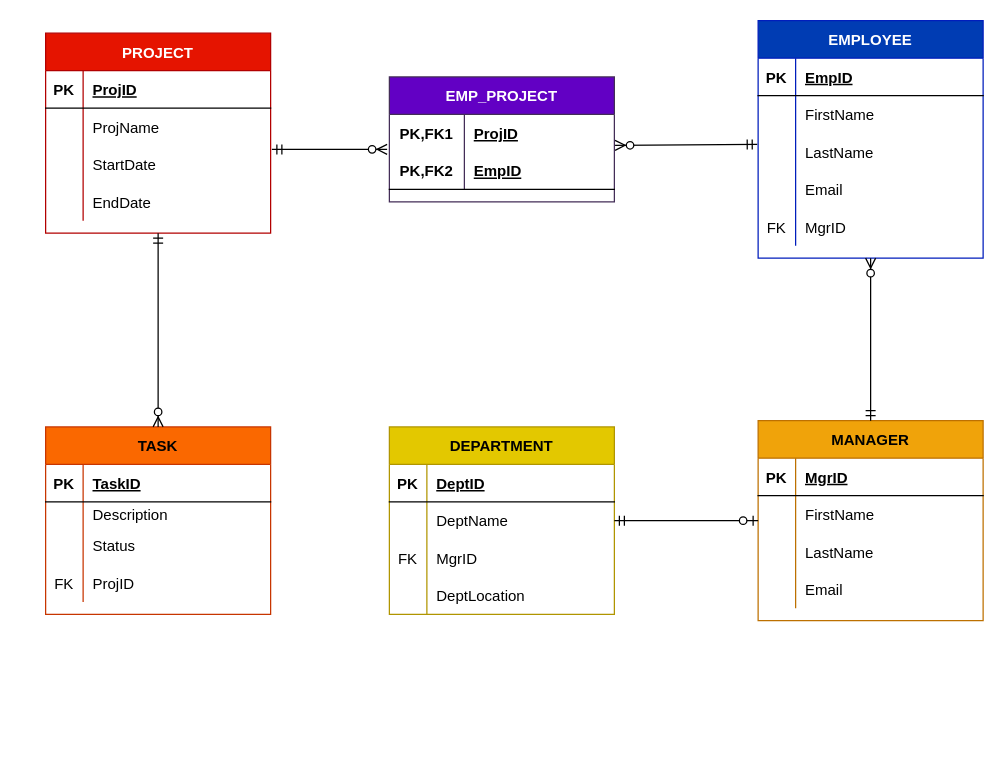
The draw.io diagram Untitled Diagram.drawio in tellomp/DBStructures, before the edit. Source tidied: cells renumbered, new cells numbered last; positions are measured from the earlier drawing's top-left corner, leaving out a move shared by most shapes. Both pictures are drawn from the tidied source at 125%, with x=0, y=0 at pixel (45, 20).
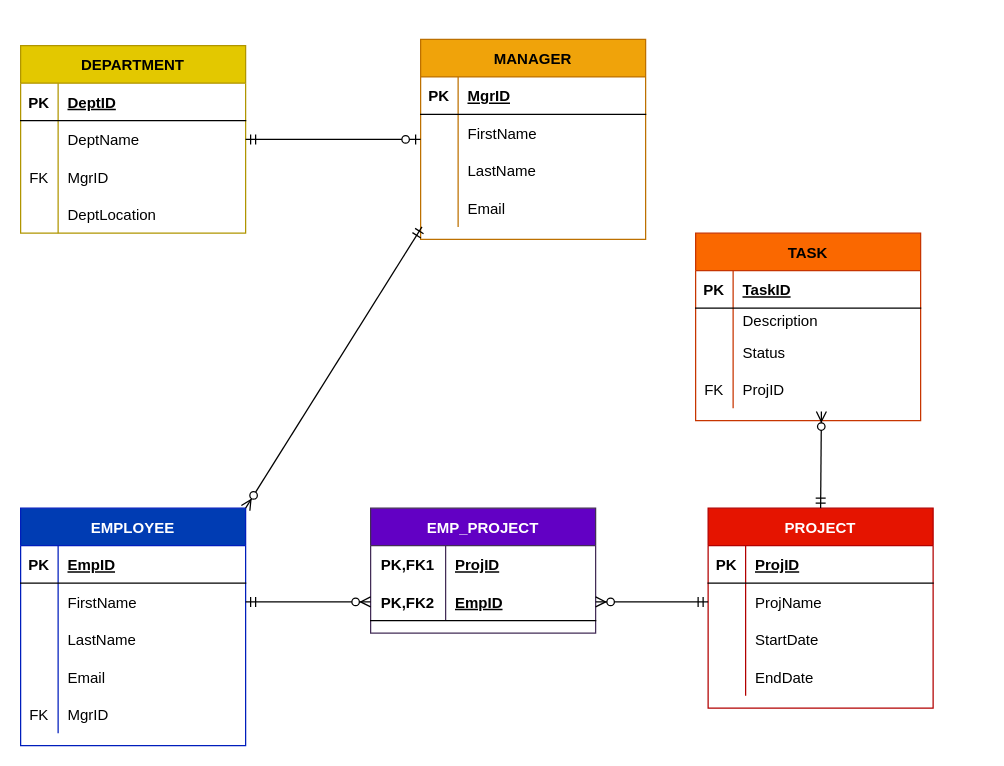
The same diagram, later.

The change refers to these unchanged cells:
```xml
<mxCell id="25" style="shape=partialRectangle;fillColor=none;top=0;left=0;bottom=0;right=0;points=[[0,0.5],[1,0.5]];portConstraint=eastwest;" parent="15" vertex="1">
  <mxGeometry y="120" width="180" height="30" as="geometry" />
</mxCell>
<mxCell id="32" style="shape=partialRectangle;fillColor=none;top=0;left=0;bottom=0;right=0;points=[[0,0.5],[1,0.5]];portConstraint=eastwest;" parent="28" vertex="1">
  <mxGeometry y="60" width="180" height="30" as="geometry" />
</mxCell>
<mxCell id="35" style="shape=partialRectangle;fillColor=none;top=0;left=0;bottom=0;right=0;points=[[0,0.5],[1,0.5]];portConstraint=eastwest;" parent="28" vertex="1">
  <mxGeometry y="90" width="180" height="30" as="geometry" />
</mxCell>
<mxCell id="48" style="shape=partialRectangle;fillColor=none;top=0;left=0;bottom=0;right=0;points=[[0,0.5],[1,0.5]];portConstraint=eastwest;" parent="44" vertex="1">
  <mxGeometry y="60" width="180" height="30" as="geometry" />
</mxCell>
<mxCell id="67" style="shape=partialRectangle;fillColor=none;top=0;left=0;bottom=0;right=0;points=[[0,0.5],[1,0.5]];portConstraint=eastwest;" parent="57" vertex="1">
  <mxGeometry y="110" width="180" height="30" as="geometry" />
</mxCell>
<mxCell id="73" style="shape=partialRectangle;fillColor=none;top=0;left=0;bottom=0;right=0;points=[[0,0.5],[1,0.5]];portConstraint=eastwest;" parent="72" vertex="1">
  <mxGeometry y="30" width="180" height="30" as="geometry" />
</mxCell>
<mxCell id="76" style="shape=partialRectangle;fillColor=none;top=0;left=0;bottom=1;right=0;points=[[0,0.5],[1,0.5]];portConstraint=eastwest;" parent="72" vertex="1">
  <mxGeometry y="60" width="180" height="30" as="geometry" />
</mxCell>
```

Change to the diagram source:
```diff
@@
     <mxCell id="2" value="DEPARTMENT" style="shape=table;startSize=30;childLayout=tableLayout;rowLines=0;fontStyle=1;align=center;fillColor=#e3c800;strokeColor=#B09500;fontColor=#000000;" parent="1" vertex="1">
-      <mxGeometry x="275" y="325" width="180" height="150" as="geometry" />
+      <mxGeometry x="-20" y="20" width="180" height="150" as="geometry" />
     </mxCell>
@@
     <mxCell id="15" value="MANAGER" style="shape=table;startSize=30;childLayout=tableLayout;rowLines=0;fontStyle=1;align=center;fillColor=#f0a30a;strokeColor=#BD7000;fontColor=#000000;" parent="1" vertex="1">
-      <mxGeometry x="570" y="320" width="180" height="160" as="geometry" />
+      <mxGeometry x="300" y="15" width="180" height="160" as="geometry" />
     </mxCell>
@@
     <mxCell id="28" value="EMPLOYEE" style="shape=table;startSize=30;childLayout=tableLayout;rowLines=0;fontStyle=1;align=center;strokeColor=#001DBC;fontColor=#ffffff;fillColor=#003CB3;" parent="1" vertex="1">
-      <mxGeometry x="570" width="180" height="190" as="geometry" />
+      <mxGeometry x="-20" y="390" width="180" height="190" as="geometry" />
     </mxCell>
@@
     <mxCell id="44" value="PROJECT" style="shape=table;startSize=30;childLayout=tableLayout;rowLines=0;fontStyle=1;align=center;fillColor=#e51400;strokeColor=#B20000;fontColor=#ffffff;" parent="1" vertex="1">
-      <mxGeometry y="10" width="180" height="160" as="geometry" />
+      <mxGeometry x="530" y="390" width="180" height="160" as="geometry" />
     </mxCell>
@@
     <mxCell id="57" value="TASK" style="shape=table;startSize=30;childLayout=tableLayout;rowLines=0;fontStyle=1;align=center;fillColor=#fa6800;strokeColor=#C73500;fontColor=#000000;" parent="1" vertex="1">
-      <mxGeometry y="325" width="180" height="150" as="geometry" />
+      <mxGeometry x="520" y="170" width="180" height="150" as="geometry" />
     </mxCell>
@@
-    <mxCell id="71" style="endArrow=ERzeroToMany;html=1;rounded=0;entryX=0.5;entryY=1;entryDx=0;entryDy=0;exitX=0.5;exitY=0;exitDx=0;exitDy=0;startArrow=ERmandOne;startFill=0;endFill=1;" parent="1" edge="1" source="15" target="28">
+    <mxCell id="71" style="endArrow=ERzeroToMany;html=1;rounded=0;entryX=1;entryY=0;entryDx=0;entryDy=0;startArrow=ERmandOne;startFill=0;endFill=1;exitX=0.006;exitY=0.998;exitDx=0;exitDy=0;exitPerimeter=0;" parent="1" edge="1" source="25" target="28">
       <mxGeometry relative="1" as="geometry" />
     </mxCell>
     <mxCell id="72" value="EMP_PROJECT" style="shape=table;startSize=30;childLayout=tableLayout;rowLines=0;fontStyle=1;align=center;strokeColor=#432D57;fontColor=#ffffff;fillColor=#6200C4;" parent="1" vertex="1">
-      <mxGeometry x="275" y="45" width="180" height="100" as="geometry" />
+      <mxGeometry x="260" y="390" width="180" height="100" as="geometry" />
     </mxCell>
@@
-    <mxCell id="79" style="endArrow=ERzeroToMany;html=1;rounded=0;startArrow=ERmandOne;startFill=0;endFill=1;entryX=-0.01;entryY=-0.067;entryDx=0;entryDy=0;entryPerimeter=0;" parent="1" edge="1" target="76">
-      <mxGeometry relative="1" as="geometry">
-        <mxPoint x="181" y="103" as="sourcePoint" />
-      </mxGeometry>
+    <mxCell id="79" style="endArrow=ERzeroToMany;html=1;rounded=0;startArrow=ERmandOne;startFill=0;endFill=1;exitX=0;exitY=0.5;exitDx=0;exitDy=0;entryX=1;entryY=0.5;entryDx=0;entryDy=0;" parent="1" edge="1" source="48" target="76">
+      <mxGeometry relative="1" as="geometry" />
     </mxCell>
-    <mxCell id="80" style="endArrow=ERmandOne;html=1;rounded=0;exitX=1.003;exitY=0.827;exitDx=0;exitDy=0;startArrow=ERzeroToMany;startFill=1;endFill=0;exitPerimeter=0;entryX=-0.004;entryY=0.3;entryDx=0;entryDy=0;entryPerimeter=0;" parent="1" edge="1" source="73" target="35">
+    <mxCell id="80" style="endArrow=ERmandOne;html=1;rounded=0;exitX=0;exitY=0.5;exitDx=0;exitDy=0;startArrow=ERzeroToMany;startFill=1;endFill=0;entryX=1;entryY=0.5;entryDx=0;entryDy=0;" parent="1" edge="1" source="76" target="32">
       <mxGeometry relative="1" as="geometry" />
     </mxCell>
-    <mxCell id="81" style="endArrow=ERmandOne;html=1;rounded=0;entryX=0.5;entryY=1;entryDx=0;entryDy=0;exitX=0.5;exitY=0;exitDx=0;exitDy=0;startArrow=ERzeroToMany;startFill=1;endFill=0;" parent="1" edge="1" source="57" target="44">
+    <mxCell id="81" style="endArrow=ERmandOne;html=1;rounded=0;startArrow=ERzeroToMany;startFill=1;endFill=0;exitX=0.559;exitY=1.09;exitDx=0;exitDy=0;exitPerimeter=0;entryX=0.5;entryY=0;entryDx=0;entryDy=0;" parent="1" edge="1" source="67" target="44">
       <mxGeometry relative="1" as="geometry" />
     </mxCell>
```
